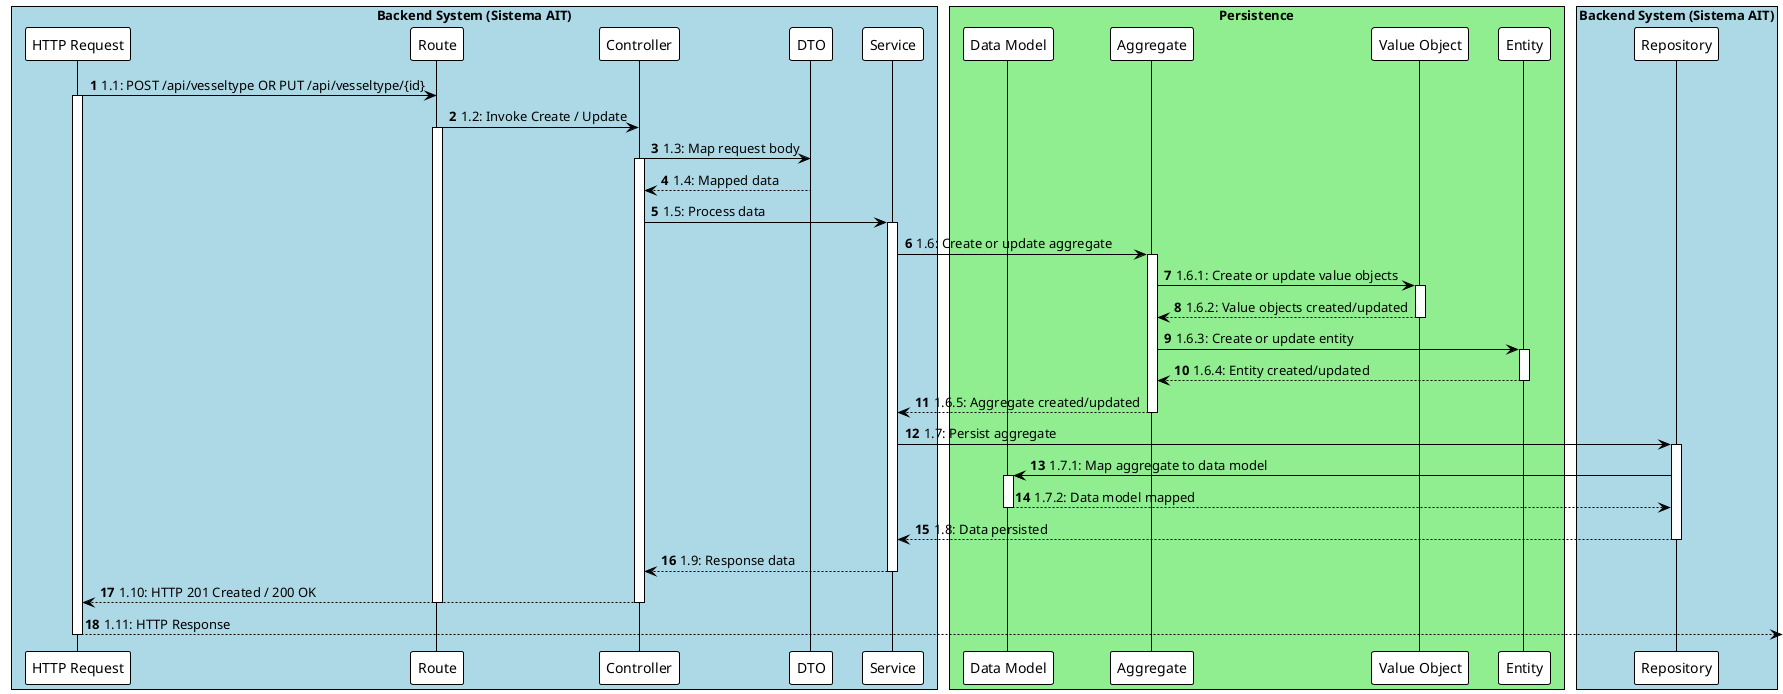
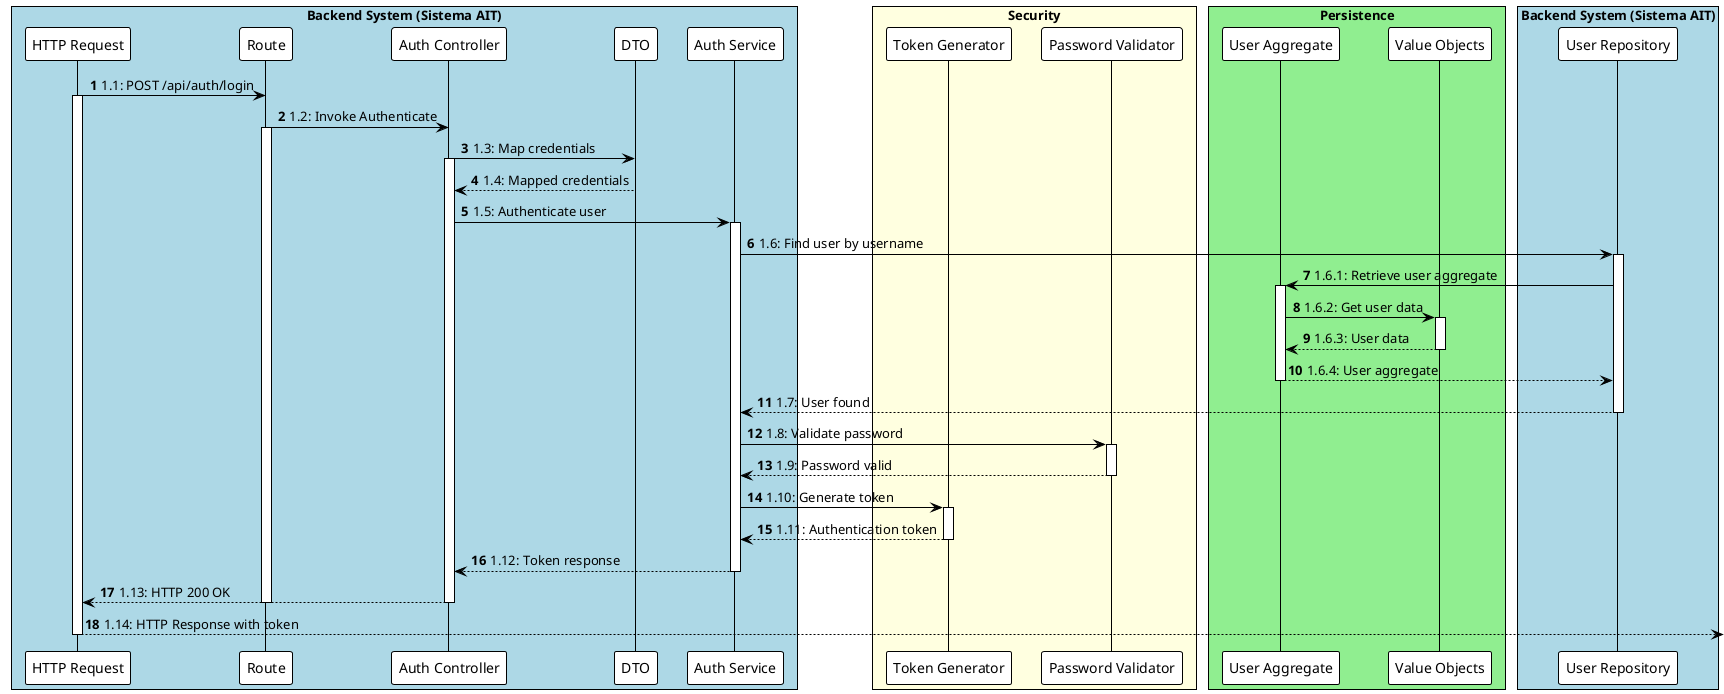
@startuml
!theme plain
autonumber

box "Backend System (Sistema AIT)" #LightBlue
    participant "HTTP Request" as HttpRequest
    participant "Route" as Route
-     participant "Controller" as Controller
+     participant "Auth Controller" as Controller
    participant "DTO" as Dto
-     participant "Service" as Service
+     participant "Auth Service" as Service
+     box "Security" #LightYellow
+         participant "Token Generator" as TokenGen
+         participant "Password Validator" as PasswordVal
+     end box
    box "Persistence" #LightGreen
-         participant "Data Model" as DataModel
-         participant "Aggregate" as Aggregate
-         participant "Value Object" as ValueObject
-         participant "Entity" as Entity
+         participant "User Aggregate" as Aggregate
+         participant "Value Objects" as ValueObject
    end box
-     participant "Repository" as Repository
+     participant "User Repository" as Repository
end box

- HttpRequest -> Route : 1.1: POST /api/vesseltype OR PUT /api/vesseltype/{id}
+ HttpRequest -> Route : 1.1: POST /api/auth/login
activate HttpRequest
- Route -> Controller : 1.2: Invoke Create / Update
+ Route -> Controller : 1.2: Invoke Authenticate
activate Route
- Controller -> Dto : 1.3: Map request body
+ Controller -> Dto : 1.3: Map credentials
activate Controller
- Dto --> Controller : 1.4: Mapped data
+ Dto --> Controller : 1.4: Mapped credentials
deactivate Dto
- Controller -> Service : 1.5: Process data
+ Controller -> Service : 1.5: Authenticate user
activate Service
- Service -> Aggregate : 1.6: Create or update aggregate
+ Service -> Repository : 1.6: Find user by username
+ activate Repository
+ Repository -> Aggregate : 1.6.1: Retrieve user aggregate
activate Aggregate
- Aggregate -> ValueObject : 1.6.1: Create or update value objects
+ Aggregate -> ValueObject : 1.6.2: Get user data
activate ValueObject
- ValueObject --> Aggregate : 1.6.2: Value objects created/updated
+ ValueObject --> Aggregate : 1.6.3: User data
deactivate ValueObject
- Aggregate -> Entity : 1.6.3: Create or update entity
- activate Entity
- Entity --> Aggregate : 1.6.4: Entity created/updated
- deactivate Entity
- Aggregate --> Service : 1.6.5: Aggregate created/updated
+ Aggregate --> Repository : 1.6.4: User aggregate
deactivate Aggregate
- Service -> Repository : 1.7: Persist aggregate
- activate Repository
- Repository -> DataModel : 1.7.1: Map aggregate to data model
- activate DataModel
- DataModel --> Repository : 1.7.2: Data model mapped
- deactivate DataModel
- Repository --> Service : 1.8: Data persisted
+ Repository --> Service : 1.7: User found
deactivate Repository
- Service --> Controller : 1.9: Response data
+ Service -> PasswordVal : 1.8: Validate password
+ activate PasswordVal
+ PasswordVal --> Service : 1.9: Password valid
+ deactivate PasswordVal
+ Service -> TokenGen : 1.10: Generate token
+ activate TokenGen
+ TokenGen --> Service : 1.11: Authentication token
+ deactivate TokenGen
+ Service --> Controller : 1.12: Token response
deactivate Service
- Controller --> HttpRequest : 1.10: HTTP 201 Created / 200 OK
+ Controller --> HttpRequest : 1.13: HTTP 200 OK
deactivate Controller
deactivate Route
- HttpRequest --> : 1.11: HTTP Response
+ HttpRequest --> : 1.14: HTTP Response with token
deactivate HttpRequest

- @enduml+ @enduml
